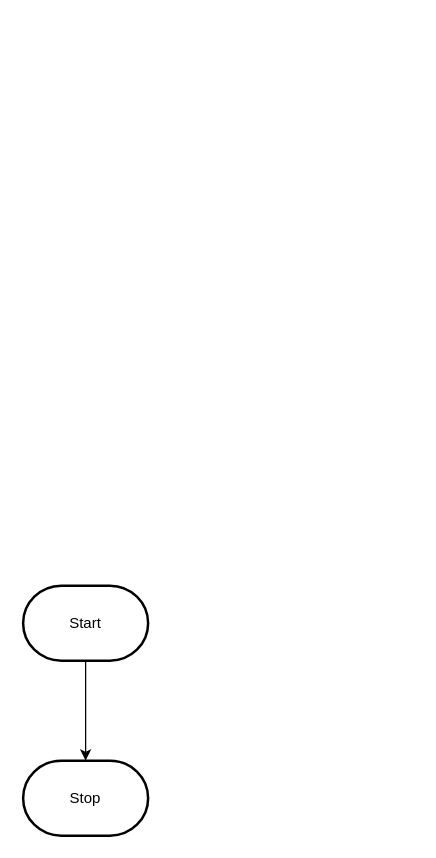
The draw.io diagram design/flowchart.drawio in MTHS-ICS2O-2-2022/ICS2O-Unit-3-04-Olivia-Boyce-Richardson, before the edit. Source tidied: cells renumbered, new cells numbered last; positions are measured from the earlier drawing's top-left corner, leaving out a move shared by most shapes. Both pictures are drawn from the tidied source at 125%, with x=0, y=0 at pixel (22, 585).
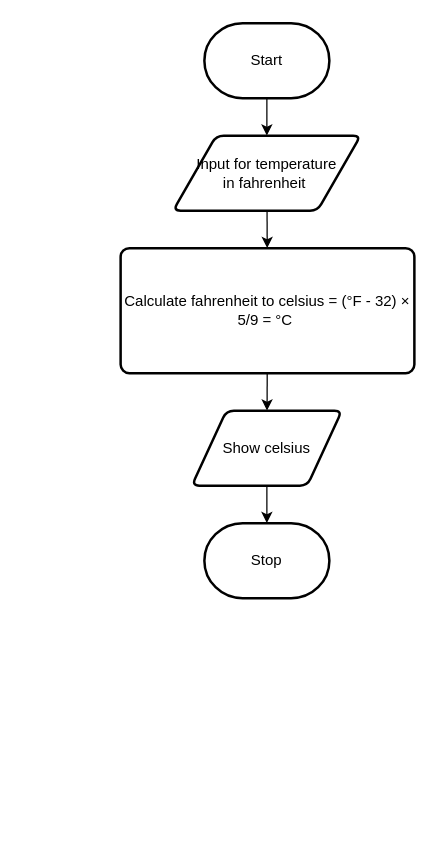
Above is the later version.

Diff of the diagram source:
```diff
@@
 <mxGraphModel>
   <root>
     <mxCell id="0" />
     <mxCell id="1" parent="0" />
-    <mxCell id="2" style="edgeStyle=orthogonalEdgeStyle;html=1;rounded=0;" parent="1" edge="1" source="3" target="4">
-      <mxGeometry relative="1" as="geometry" />
-    </mxCell>
+    <mxCell id="5" style="edgeStyle=none;html=1;" parent="1" edge="1" source="3" target="2">
+      <mxGeometry relative="1" as="geometry" />
+    </mxCell>
     <mxCell id="3" value="Start" style="strokeWidth=2;html=1;shape=mxgraph.flowchart.terminator;whiteSpace=wrap;" parent="1" vertex="1">
-      <mxGeometry width="100" height="60" as="geometry" />
+      <mxGeometry x="145" y="-450" width="100" height="60" as="geometry" />
     </mxCell>
     <mxCell id="4" value="Stop" style="strokeWidth=2;html=1;shape=mxgraph.flowchart.terminator;whiteSpace=wrap;" parent="1" vertex="1">
-      <mxGeometry y="140" width="100" height="60" as="geometry" />
+      <mxGeometry x="145" y="-50" width="100" height="60" as="geometry" />
     </mxCell>
+    <mxCell id="6" style="edgeStyle=none;html=1;" parent="1" edge="1" source="2" target="8">
+      <mxGeometry relative="1" as="geometry" />
+    </mxCell>
+    <mxCell id="2" value="Input for temperature in&amp;nbsp;fahrenheit&amp;nbsp;" style="shape=parallelogram;html=1;strokeWidth=2;perimeter=parallelogramPerimeter;whiteSpace=wrap;rounded=1;arcSize=12;size=0.23;" parent="1" vertex="1">
+      <mxGeometry x="120" y="-360" width="150" height="60" as="geometry" />
+    </mxCell>
+    <mxCell id="7" style="edgeStyle=none;html=1;" parent="1" edge="1" source="8" target="10">
+      <mxGeometry relative="1" as="geometry" />
+    </mxCell>
+    <mxCell id="8" value="Calculate&amp;nbsp;fahrenheit to celsius =&amp;nbsp;(°F - 32) × 5/9 = °C&amp;nbsp;" style="rounded=1;whiteSpace=wrap;html=1;absoluteArcSize=1;arcSize=14;strokeWidth=2;" parent="1" vertex="1">
+      <mxGeometry x="78" y="-270" width="235" height="100" as="geometry" />
+    </mxCell>
+    <mxCell id="9" style="edgeStyle=none;html=1;" parent="1" edge="1" source="10" target="4">
+      <mxGeometry relative="1" as="geometry" />
+    </mxCell>
+    <mxCell id="10" value="Show celsius" style="shape=parallelogram;html=1;strokeWidth=2;perimeter=parallelogramPerimeter;whiteSpace=wrap;rounded=1;arcSize=12;size=0.23;" parent="1" vertex="1">
+      <mxGeometry x="135" y="-140" width="120" height="60" as="geometry" />
+    </mxCell>
   </root>
 </mxGraphModel>
```
